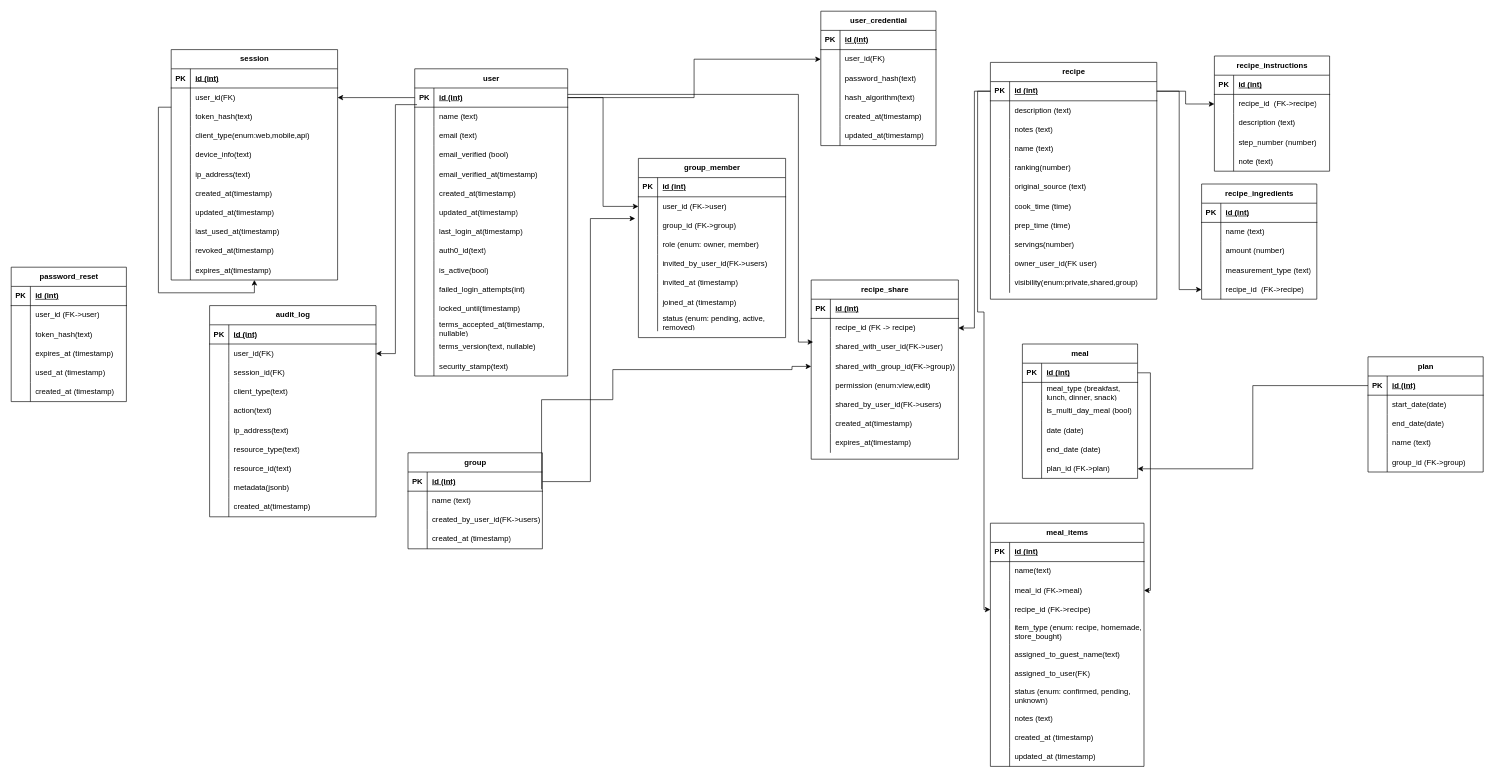
This is docs/meal_planning_datamodel.drawio from salzheimer/mealplanner, a draw.io file, before an edit. Source tidied: cells renumbered, new cells numbered last; positions are measured from the earlier drawing's top-left corner, leaving out a move shared by most shapes. Both pictures are drawn from the tidied source at 64%, with x=0, y=0 at pixel (11, 11).
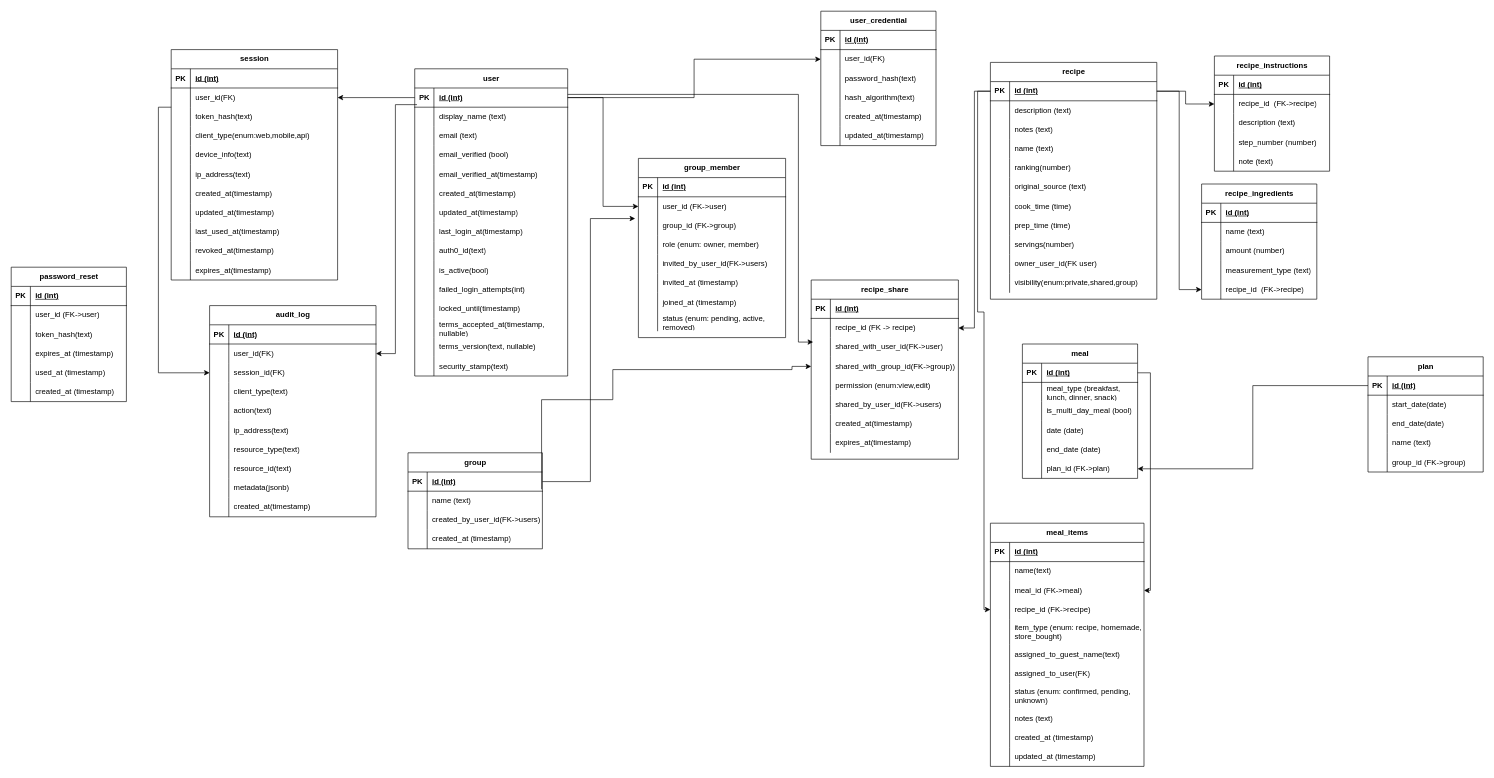
The same diagram, later.

Unchanged cells that the change refers to:
```xml
<mxCell id="146" style="shape=tableRow;horizontal=0;startSize=0;swimlaneHead=0;swimlaneBody=0;fillColor=none;top=0;left=0;right=0;bottom=0;" parent="142" vertex="1">
  <mxGeometry y="60" width="239" height="30" as="geometry" />
</mxCell>
<mxCell id="256" value="session" style="shape=table;startSize=30;childLayout=tableLayout;rowLines=0;fontStyle=1;align=center;html=1;" parent="1" vertex="1">
  <mxGeometry x="250" y="60" width="260" height="360" as="geometry" />
</mxCell>
<mxCell id="297" style="shape=tableRow;horizontal=0;startSize=0;swimlaneHead=0;swimlaneBody=0;fillColor=none;points=[[0,0.5],[1,0.5]];portConstraint=eastwest;top=0;left=0;right=0;bottom=0;" parent="290" vertex="1">
  <mxGeometry y="90" width="260" height="30" as="geometry" />
</mxCell>
```

The edit, as a diff of the source:
```diff
@@
-    <mxCell id="148" value="name (text)" style="shape=partialRectangle;fillColor=none;top=0;left=0;bottom=0;right=0;align=left;spacingLeft=6;overflow=hidden;whiteSpace=wrap;html=1;" parent="146" vertex="1">
+    <mxCell id="148" value="display_name (text)" style="shape=partialRectangle;fillColor=none;top=0;left=0;bottom=0;right=0;align=left;spacingLeft=6;overflow=hidden;whiteSpace=wrap;html=1;" parent="146" vertex="1">
       <mxGeometry x="30" width="209" height="30" as="geometry" />
     </mxCell>
@@
-    <mxCell id="362" style="edgeStyle=orthogonalEdgeStyle;rounded=0;orthogonalLoop=1;jettySize=auto;html=1;exitX=0;exitY=0.25;exitDx=0;exitDy=0;" parent="1" edge="1" source="256" target="256">
+    <mxCell id="362" style="edgeStyle=orthogonalEdgeStyle;rounded=0;jettySize=auto;html=1;exitX=0;exitY=0.25;exitDx=0;exitDy=0;" parent="1" edge="1" source="256" target="297">
       <mxGeometry relative="1" as="geometry" />
     </mxCell>
```
